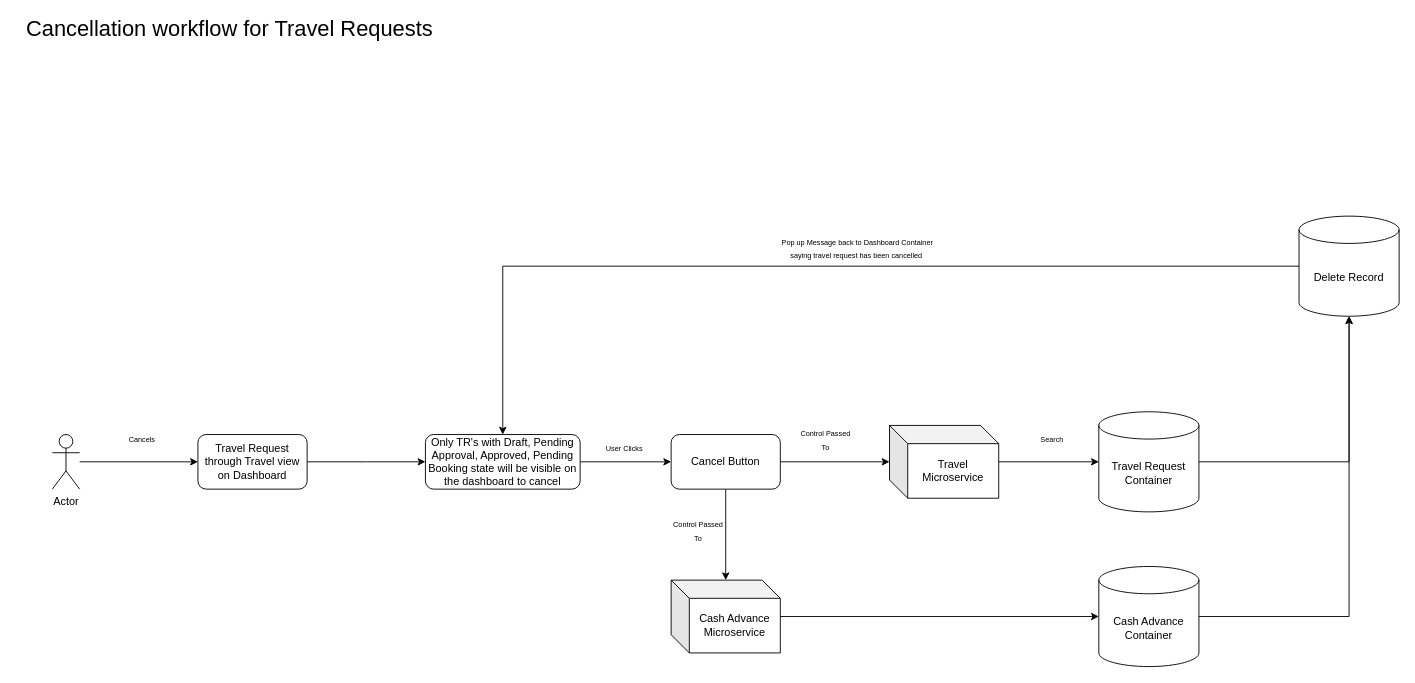
The draw.io diagram page "Cancellation Workflow for Travel Requests" (1 of 2) of cancellationworkflow.drawio in snair0410/cv, before the edit. Source tidied: cells renumbered, new cells numbered last; positions are measured from the earlier drawing's top-left corner, leaving out a move shared by most shapes. Both pictures are drawn from the tidied source at 91%, with x=0, y=0 at pixel (15, 15).
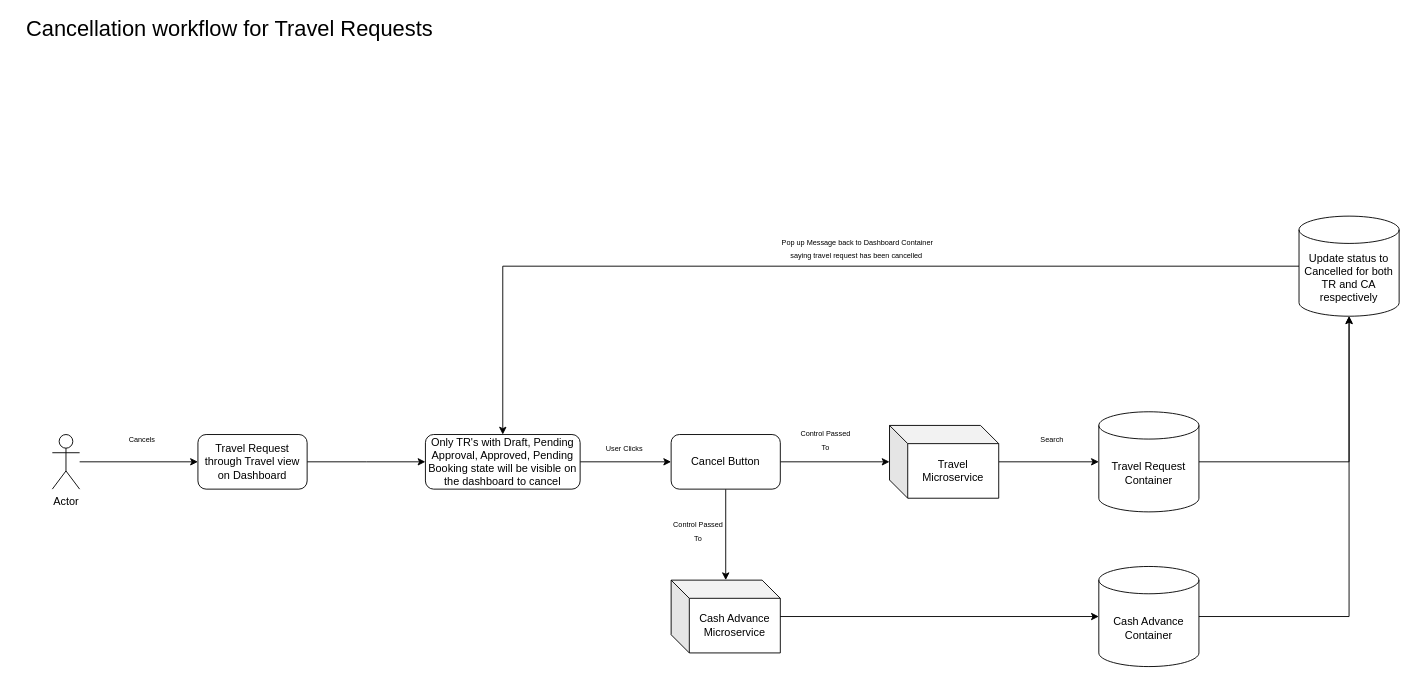
The same diagram, later.

What changed in the source:
```diff
@@
-    <mxCell id="23" value="Delete Record" style="shape=cylinder3;whiteSpace=wrap;html=1;boundedLbl=1;backgroundOutline=1;size=15;" parent="1" vertex="1">
+    <mxCell id="23" value="Update status to Cancelled for both TR and CA respectively" style="shape=cylinder3;whiteSpace=wrap;html=1;boundedLbl=1;backgroundOutline=1;size=15;" parent="1" vertex="1">
       <mxGeometry x="1410" y="220" width="110" height="110" as="geometry" />
     </mxCell>
```
